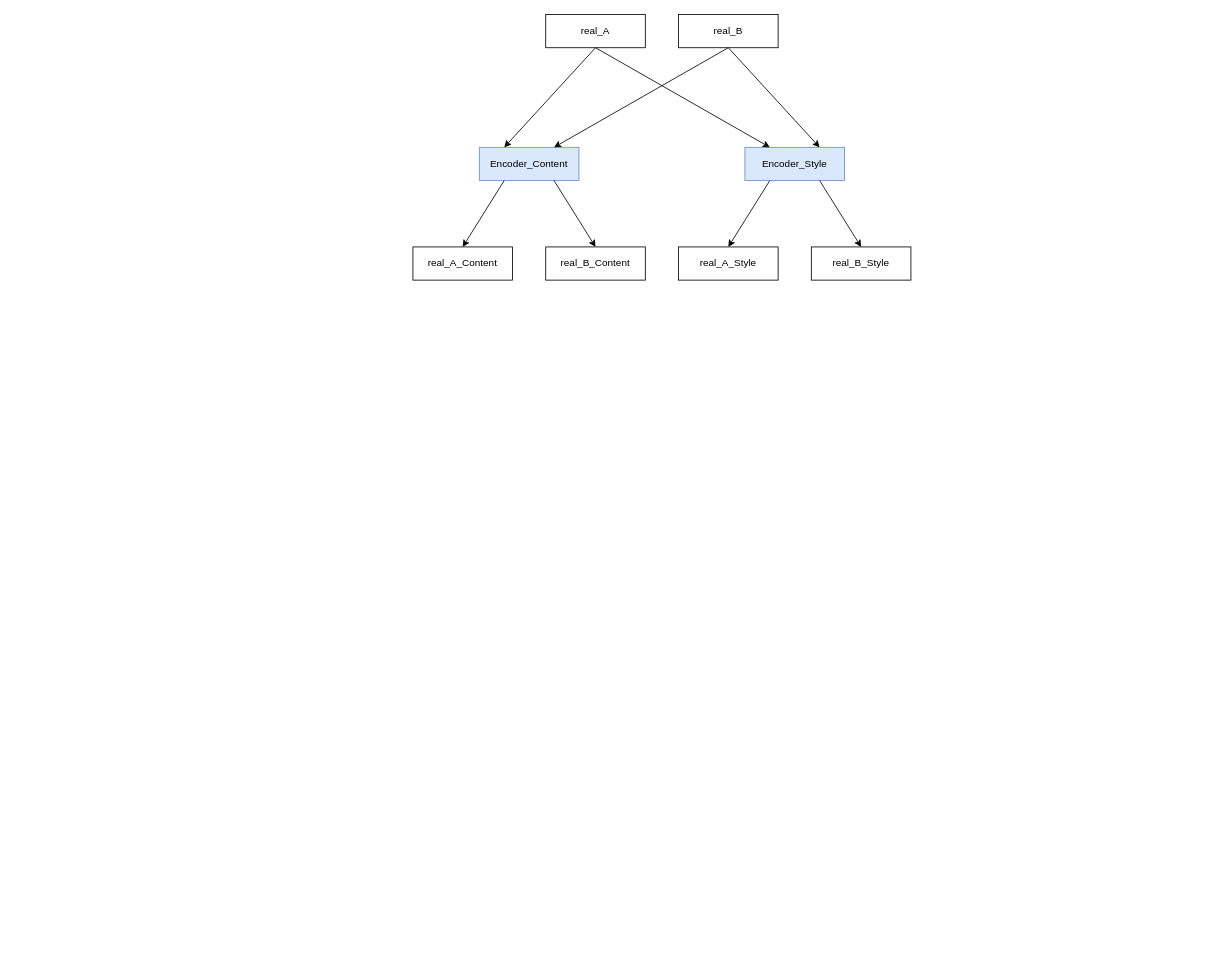
Before: DRIT.drawio in DestineG/drawio, a draw.io diagram. Source tidied: cells renumbered, new cells numbered last; positions are measured from the earlier drawing's top-left corner, leaving out a move shared by most shapes. Both pictures are drawn from the tidied source at 83%, with x=0, y=0 at pixel (413, 14).
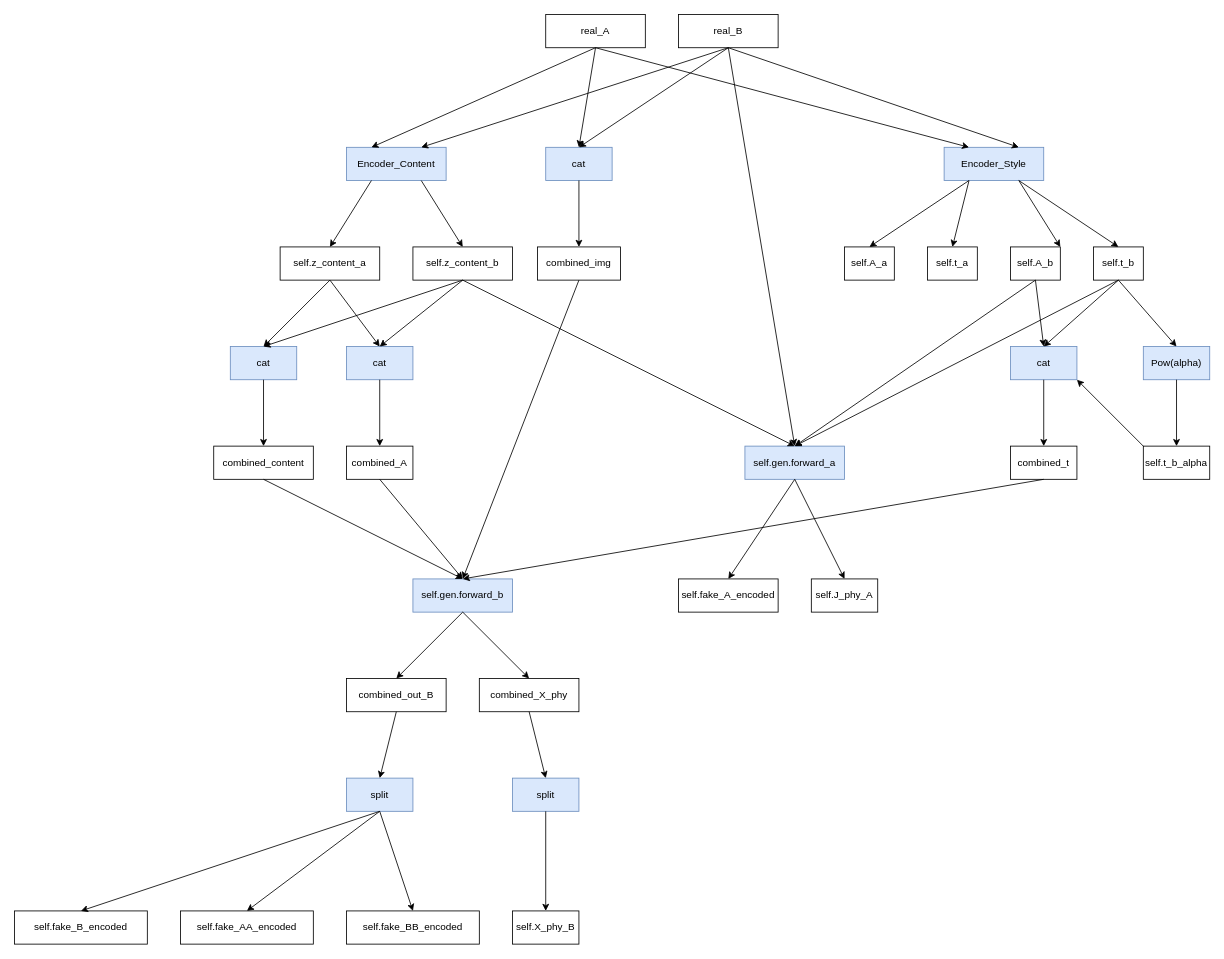
After the change.

The change refers to these unchanged cells:
```xml
<mxCell id="2" value="real_A" style="rounded=0;whiteSpace=wrap;html=1;" parent="1" vertex="1">
  <mxGeometry x="160" width="120" height="40" as="geometry" />
</mxCell>
<mxCell id="3" value="real_B" style="rounded=0;whiteSpace=wrap;html=1;" parent="1" vertex="1">
  <mxGeometry x="320" width="120" height="40" as="geometry" />
</mxCell>
```

The edit, as a diff of the source:
```diff
@@
     <mxCell id="4" value="Encoder_Content" style="rounded=0;whiteSpace=wrap;html=1;fillColor=#dae8fc;strokeColor=#6c8ebf;" parent="1" vertex="1">
-      <mxGeometry x="80" y="160" width="120" height="40" as="geometry" />
+      <mxGeometry x="-80" y="160" width="120" height="40" as="geometry" />
     </mxCell>
@@
-    <mxCell id="7" value="real_A_Content" style="rounded=0;whiteSpace=wrap;html=1;" parent="1" vertex="1">
-      <mxGeometry y="280" width="120" height="40" as="geometry" />
+    <mxCell id="7" value="self.z_content_a" style="rounded=0;whiteSpace=wrap;html=1;" parent="1" vertex="1">
+      <mxGeometry x="-160" y="280" width="120" height="40" as="geometry" />
     </mxCell>
-    <mxCell id="8" value="real_B_Content" style="rounded=0;whiteSpace=wrap;html=1;" parent="1" vertex="1">
-      <mxGeometry x="160" y="280" width="120" height="40" as="geometry" />
+    <mxCell id="8" value="self.z_content_b" style="rounded=0;whiteSpace=wrap;html=1;" parent="1" vertex="1">
+      <mxGeometry y="280" width="120" height="40" as="geometry" />
     </mxCell>
@@
     <mxCell id="11" value="Encoder_Style" style="rounded=0;whiteSpace=wrap;html=1;fillColor=#dae8fc;strokeColor=#6c8ebf;" parent="1" vertex="1">
-      <mxGeometry x="400" y="160" width="120" height="40" as="geometry" />
+      <mxGeometry x="640" y="160" width="120" height="40" as="geometry" />
     </mxCell>
-    <mxCell id="12" value="real_A_Style" style="rounded=0;whiteSpace=wrap;html=1;" parent="1" vertex="1">
-      <mxGeometry x="320" y="280" width="120" height="40" as="geometry" />
+    <mxCell id="12" value="self.A_a" style="rounded=0;whiteSpace=wrap;html=1;" parent="1" vertex="1">
+      <mxGeometry x="520" y="280" width="60" height="40" as="geometry" />
     </mxCell>
-    <mxCell id="13" value="real_B_Style" style="rounded=0;whiteSpace=wrap;html=1;" parent="1" vertex="1">
-      <mxGeometry x="480" y="280" width="120" height="40" as="geometry" />
-    </mxCell>
@@
-    <mxCell id="15" style="endArrow=classic;html=1;rounded=0;entryX=0.5;entryY=0;entryDx=0;entryDy=0;exitX=0.75;exitY=1;exitDx=0;exitDy=0;" parent="1" edge="1" source="11" target="13">
-      <mxGeometry relative="1" as="geometry" />
+    <mxCell id="15" style="endArrow=classic;html=1;rounded=0;entryX=0.5;entryY=0;entryDx=0;entryDy=0;exitX=0.75;exitY=1;exitDx=0;exitDy=0;" parent="1" edge="1" source="11">
+      <mxGeometry relative="1" as="geometry">
+        <mxPoint x="780" y="280" as="targetPoint" />
+      </mxGeometry>
     </mxCell>
@@
+    <mxCell id="18" value="self.t_a" style="rounded=0;whiteSpace=wrap;html=1;" parent="1" vertex="1">
+      <mxGeometry x="620" y="280" width="60" height="40" as="geometry" />
+    </mxCell>
+    <mxCell id="19" style="endArrow=classic;html=1;rounded=0;exitX=0.25;exitY=1;exitDx=0;exitDy=0;entryX=0.5;entryY=0;entryDx=0;entryDy=0;" parent="1" edge="1" source="11" target="18">
+      <mxGeometry relative="1" as="geometry" />
+    </mxCell>
+    <mxCell id="20" value="self.A_b" style="rounded=0;whiteSpace=wrap;html=1;" parent="1" vertex="1">
+      <mxGeometry x="720" y="280" width="60" height="40" as="geometry" />
+    </mxCell>
+    <mxCell id="21" value="self.t_b" style="rounded=0;whiteSpace=wrap;html=1;" parent="1" vertex="1">
+      <mxGeometry x="820" y="280" width="60" height="40" as="geometry" />
+    </mxCell>
+    <mxCell id="22" style="endArrow=classic;html=1;rounded=0;exitX=0.75;exitY=1;exitDx=0;exitDy=0;entryX=0.5;entryY=0;entryDx=0;entryDy=0;" parent="1" edge="1" source="11" target="21">
+      <mxGeometry relative="1" as="geometry" />
+    </mxCell>
+    <mxCell id="23" value="Pow(alpha)" style="rounded=0;whiteSpace=wrap;html=1;fillColor=#dae8fc;strokeColor=#6c8ebf;" parent="1" vertex="1">
+      <mxGeometry x="880" y="400" width="80" height="40" as="geometry" />
+    </mxCell>
+    <mxCell id="24" style="endArrow=classic;html=1;rounded=0;entryX=0.5;entryY=0;entryDx=0;entryDy=0;exitX=0.5;exitY=1;exitDx=0;exitDy=0;" parent="1" edge="1" source="21" target="23">
+      <mxGeometry relative="1" as="geometry" />
+    </mxCell>
+    <mxCell id="25" value="self.t_b_alpha" style="rounded=0;whiteSpace=wrap;html=1;" parent="1" vertex="1">
+      <mxGeometry x="880" y="520" width="80" height="40" as="geometry" />
+    </mxCell>
+    <mxCell id="26" style="endArrow=classic;html=1;rounded=0;exitX=0.5;exitY=1;exitDx=0;exitDy=0;entryX=0.5;entryY=0;entryDx=0;entryDy=0;" parent="1" edge="1" source="23" target="25">
+      <mxGeometry relative="1" as="geometry" />
+    </mxCell>
+    <mxCell id="27" value="cat" style="rounded=0;whiteSpace=wrap;html=1;fillColor=#dae8fc;strokeColor=#6c8ebf;" parent="1" vertex="1">
+      <mxGeometry x="-220" y="400" width="80" height="40" as="geometry" />
+    </mxCell>
+    <mxCell id="28" value="combined_content" style="rounded=0;whiteSpace=wrap;html=1;" parent="1" vertex="1">
+      <mxGeometry x="-240" y="520" width="120" height="40" as="geometry" />
+    </mxCell>
+    <mxCell id="29" style="endArrow=classic;html=1;rounded=0;exitX=0.5;exitY=1;exitDx=0;exitDy=0;entryX=0.5;entryY=0;entryDx=0;entryDy=0;" parent="1" edge="1" source="7" target="27">
+      <mxGeometry relative="1" as="geometry" />
+    </mxCell>
+    <mxCell id="30" style="endArrow=classic;html=1;rounded=0;exitX=0.5;exitY=1;exitDx=0;exitDy=0;entryX=0.5;entryY=0;entryDx=0;entryDy=0;" parent="1" edge="1" source="8" target="27">
+      <mxGeometry relative="1" as="geometry" />
+    </mxCell>
+    <mxCell id="31" style="endArrow=classic;html=1;rounded=0;exitX=0.5;exitY=1;exitDx=0;exitDy=0;entryX=0.5;entryY=0;entryDx=0;entryDy=0;" parent="1" edge="1" source="27" target="28">
+      <mxGeometry relative="1" as="geometry" />
+    </mxCell>
+    <mxCell id="32" value="cat" style="rounded=0;whiteSpace=wrap;html=1;fillColor=#dae8fc;strokeColor=#6c8ebf;" parent="1" vertex="1">
+      <mxGeometry x="-80" y="400" width="80" height="40" as="geometry" />
+    </mxCell>
+    <mxCell id="33" value="combined_A" style="rounded=0;whiteSpace=wrap;html=1;" parent="1" vertex="1">
+      <mxGeometry x="-80" y="520" width="80" height="40" as="geometry" />
+    </mxCell>
+    <mxCell id="34" style="endArrow=classic;html=1;rounded=0;exitX=0.5;exitY=1;exitDx=0;exitDy=0;entryX=0.5;entryY=0;entryDx=0;entryDy=0;" parent="1" edge="1" source="32" target="33">
+      <mxGeometry relative="1" as="geometry" />
+    </mxCell>
+    <mxCell id="35" style="endArrow=classic;html=1;rounded=0;exitX=0.5;exitY=1;exitDx=0;exitDy=0;entryX=0.5;entryY=0;entryDx=0;entryDy=0;" parent="1" edge="1" source="7" target="32">
+      <mxGeometry relative="1" as="geometry" />
+    </mxCell>
+    <mxCell id="36" style="endArrow=classic;html=1;rounded=0;exitX=0.5;exitY=1;exitDx=0;exitDy=0;entryX=0.5;entryY=0;entryDx=0;entryDy=0;" parent="1" edge="1" source="8" target="32">
+      <mxGeometry relative="1" as="geometry" />
+    </mxCell>
+    <mxCell id="37" value="cat" style="rounded=0;whiteSpace=wrap;html=1;fillColor=#dae8fc;strokeColor=#6c8ebf;" parent="1" vertex="1">
+      <mxGeometry x="720" y="400" width="80" height="40" as="geometry" />
+    </mxCell>
+    <mxCell id="38" value="combined_t" style="rounded=0;whiteSpace=wrap;html=1;" parent="1" vertex="1">
+      <mxGeometry x="720" y="520" width="80" height="40" as="geometry" />
+    </mxCell>
+    <mxCell id="39" style="endArrow=classic;html=1;rounded=0;exitX=0.5;exitY=1;exitDx=0;exitDy=0;entryX=0.5;entryY=0;entryDx=0;entryDy=0;" parent="1" edge="1" source="37" target="38">
+      <mxGeometry relative="1" as="geometry" />
+    </mxCell>
+    <mxCell id="40" style="endArrow=classic;html=1;rounded=0;entryX=0.5;entryY=0;entryDx=0;entryDy=0;exitX=0.5;exitY=1;exitDx=0;exitDy=0;" parent="1" edge="1" source="20" target="37">
+      <mxGeometry relative="1" as="geometry" />
+    </mxCell>
+    <mxCell id="41" style="endArrow=classic;html=1;rounded=0;entryX=0.5;entryY=0;entryDx=0;entryDy=0;exitX=0.5;exitY=1;exitDx=0;exitDy=0;" parent="1" edge="1" source="21" target="37">
+      <mxGeometry relative="1" as="geometry" />
+    </mxCell>
+    <mxCell id="42" style="endArrow=classic;html=1;rounded=0;entryX=1;entryY=1;entryDx=0;entryDy=0;exitX=0;exitY=0;exitDx=0;exitDy=0;" parent="1" edge="1" source="25" target="37">
+      <mxGeometry relative="1" as="geometry" />
+    </mxCell>
+    <mxCell id="43" value="cat" style="rounded=0;whiteSpace=wrap;html=1;fillColor=#dae8fc;strokeColor=#6c8ebf;" parent="1" vertex="1">
+      <mxGeometry x="160" y="160" width="80" height="40" as="geometry" />
+    </mxCell>
+    <mxCell id="44" style="endArrow=classic;html=1;rounded=0;entryX=0.5;entryY=0;entryDx=0;entryDy=0;exitX=0.5;exitY=1;exitDx=0;exitDy=0;" parent="1" edge="1" source="2" target="43">
+      <mxGeometry relative="1" as="geometry" />
+    </mxCell>
+    <mxCell id="45" style="endArrow=classic;html=1;rounded=0;entryX=0.5;entryY=0;entryDx=0;entryDy=0;exitX=0.5;exitY=1;exitDx=0;exitDy=0;" parent="1" edge="1" source="3" target="43">
+      <mxGeometry relative="1" as="geometry" />
+    </mxCell>
+    <mxCell id="46" value="combined_img" style="rounded=0;whiteSpace=wrap;html=1;" parent="1" vertex="1">
+      <mxGeometry x="150" y="280" width="100" height="40" as="geometry" />
+    </mxCell>
+    <mxCell id="47" style="endArrow=classic;html=1;rounded=0;entryX=0.5;entryY=0;entryDx=0;entryDy=0;exitX=0.5;exitY=1;exitDx=0;exitDy=0;" parent="1" edge="1" source="43" target="46">
+      <mxGeometry relative="1" as="geometry" />
+    </mxCell>
+    <mxCell id="48" value="self.gen.forward_b" style="rounded=0;whiteSpace=wrap;html=1;fillColor=#dae8fc;strokeColor=#6c8ebf;" parent="1" vertex="1">
+      <mxGeometry y="680" width="120" height="40" as="geometry" />
+    </mxCell>
+    <mxCell id="49" style="endArrow=classic;html=1;rounded=0;exitX=0.5;exitY=1;exitDx=0;exitDy=0;entryX=0.5;entryY=0;entryDx=0;entryDy=0;" parent="1" edge="1" source="28" target="48">
+      <mxGeometry relative="1" as="geometry" />
+    </mxCell>
+    <mxCell id="50" style="endArrow=classic;html=1;rounded=0;exitX=0.5;exitY=1;exitDx=0;exitDy=0;entryX=0.5;entryY=0;entryDx=0;entryDy=0;" parent="1" edge="1" source="33" target="48">
+      <mxGeometry relative="1" as="geometry" />
+    </mxCell>
+    <mxCell id="51" style="endArrow=classic;html=1;rounded=0;exitX=0.5;exitY=1;exitDx=0;exitDy=0;entryX=0.5;entryY=0;entryDx=0;entryDy=0;" parent="1" edge="1" source="46" target="48">
+      <mxGeometry relative="1" as="geometry" />
+    </mxCell>
+    <mxCell id="52" style="endArrow=classic;html=1;rounded=0;exitX=0.5;exitY=1;exitDx=0;exitDy=0;entryX=0.5;entryY=0;entryDx=0;entryDy=0;" parent="1" edge="1" source="38" target="48">
+      <mxGeometry relative="1" as="geometry" />
+    </mxCell>
+    <mxCell id="53" value="combined_out_B" style="rounded=0;whiteSpace=wrap;html=1;" parent="1" vertex="1">
+      <mxGeometry x="-80" y="800" width="120" height="40" as="geometry" />
+    </mxCell>
+    <mxCell id="54" value="combined_X_phy" style="rounded=0;whiteSpace=wrap;html=1;" parent="1" vertex="1">
+      <mxGeometry x="80" y="800" width="120" height="40" as="geometry" />
+    </mxCell>
+    <mxCell id="55" style="endArrow=classic;html=1;rounded=0;exitX=0.5;exitY=1;exitDx=0;exitDy=0;entryX=0.5;entryY=0;entryDx=0;entryDy=0;" parent="1" edge="1" source="48" target="53">
+      <mxGeometry relative="1" as="geometry" />
+    </mxCell>
+    <mxCell id="56" style="endArrow=classic;html=1;rounded=0;exitX=0.5;exitY=1;exitDx=0;exitDy=0;entryX=0.5;entryY=0;entryDx=0;entryDy=0;" parent="1" edge="1" source="48" target="54">
+      <mxGeometry relative="1" as="geometry" />
+    </mxCell>
+    <mxCell id="57" value="split" style="rounded=0;whiteSpace=wrap;html=1;fillColor=#dae8fc;strokeColor=#6c8ebf;" parent="1" vertex="1">
+      <mxGeometry x="-80" y="920" width="80" height="40" as="geometry" />
+    </mxCell>
+    <mxCell id="58" style="endArrow=classic;html=1;rounded=0;exitX=0.5;exitY=1;exitDx=0;exitDy=0;entryX=0.5;entryY=0;entryDx=0;entryDy=0;" parent="1" edge="1" source="53" target="57">
+      <mxGeometry relative="1" as="geometry" />
+    </mxCell>
+    <mxCell id="59" value="self.fake_AA_encoded" style="rounded=0;whiteSpace=wrap;html=1;" parent="1" vertex="1">
+      <mxGeometry x="-280" y="1080" width="160" height="40" as="geometry" />
+    </mxCell>
+    <mxCell id="60" value="self.fake_BB_encoded" style="rounded=0;whiteSpace=wrap;html=1;" parent="1" vertex="1">
+      <mxGeometry x="-80" y="1080" width="160" height="40" as="geometry" />
+    </mxCell>
+    <mxCell id="61" value="self.fake_B_encoded" style="rounded=0;whiteSpace=wrap;html=1;" parent="1" vertex="1">
+      <mxGeometry x="-480" y="1080" width="160" height="40" as="geometry" />
+    </mxCell>
+    <mxCell id="62" style="endArrow=classic;html=1;rounded=0;exitX=0.5;exitY=1;exitDx=0;exitDy=0;entryX=0.5;entryY=0;entryDx=0;entryDy=0;" parent="1" edge="1" source="57" target="61">
+      <mxGeometry relative="1" as="geometry" />
+    </mxCell>
+    <mxCell id="63" style="endArrow=classic;html=1;rounded=0;exitX=0.5;exitY=1;exitDx=0;exitDy=0;entryX=0.5;entryY=0;entryDx=0;entryDy=0;" parent="1" edge="1" source="57" target="59">
+      <mxGeometry relative="1" as="geometry" />
+    </mxCell>
+    <mxCell id="64" style="endArrow=classic;html=1;rounded=0;exitX=0.5;exitY=1;exitDx=0;exitDy=0;entryX=0.5;entryY=0;entryDx=0;entryDy=0;" parent="1" edge="1" source="57" target="60">
+      <mxGeometry relative="1" as="geometry" />
+    </mxCell>
+    <mxCell id="65" value="split" style="rounded=0;whiteSpace=wrap;html=1;fillColor=#dae8fc;strokeColor=#6c8ebf;" parent="1" vertex="1">
+      <mxGeometry x="120" y="920" width="80" height="40" as="geometry" />
+    </mxCell>
+    <mxCell id="66" style="endArrow=classic;html=1;rounded=0;exitX=0.5;exitY=1;exitDx=0;exitDy=0;entryX=0.5;entryY=0;entryDx=0;entryDy=0;" parent="1" edge="1" source="54" target="65">
+      <mxGeometry relative="1" as="geometry" />
+    </mxCell>
+    <mxCell id="67" value="self.X_phy_B" style="rounded=0;whiteSpace=wrap;html=1;" parent="1" vertex="1">
+      <mxGeometry x="120" y="1080" width="80" height="40" as="geometry" />
+    </mxCell>
+    <mxCell id="68" style="endArrow=classic;html=1;rounded=0;exitX=0.5;exitY=1;exitDx=0;exitDy=0;entryX=0.5;entryY=0;entryDx=0;entryDy=0;" parent="1" edge="1" source="65" target="67">
+      <mxGeometry relative="1" as="geometry" />
+    </mxCell>
+    <mxCell id="69" value="self.gen.forward_a" style="rounded=0;whiteSpace=wrap;html=1;fillColor=#dae8fc;strokeColor=#6c8ebf;" parent="1" vertex="1">
+      <mxGeometry x="400" y="520" width="120" height="40" as="geometry" />
+    </mxCell>
+    <mxCell id="70" style="endArrow=classic;html=1;rounded=0;exitX=0.5;exitY=1;exitDx=0;exitDy=0;entryX=0.5;entryY=0;entryDx=0;entryDy=0;" parent="1" edge="1" source="8" target="69">
+      <mxGeometry relative="1" as="geometry" />
+    </mxCell>
+    <mxCell id="71" style="endArrow=classic;html=1;rounded=0;exitX=0.5;exitY=1;exitDx=0;exitDy=0;entryX=0.5;entryY=0;entryDx=0;entryDy=0;" parent="1" edge="1" source="3" target="69">
+      <mxGeometry relative="1" as="geometry" />
+    </mxCell>
+    <mxCell id="72" style="endArrow=classic;html=1;rounded=0;exitX=0.5;exitY=1;exitDx=0;exitDy=0;entryX=0.5;entryY=0;entryDx=0;entryDy=0;" parent="1" edge="1" source="20" target="69">
+      <mxGeometry relative="1" as="geometry" />
+    </mxCell>
+    <mxCell id="73" style="endArrow=classic;html=1;rounded=0;exitX=0.5;exitY=1;exitDx=0;exitDy=0;entryX=0.5;entryY=0;entryDx=0;entryDy=0;" parent="1" edge="1" source="21" target="69">
+      <mxGeometry relative="1" as="geometry" />
+    </mxCell>
+    <mxCell id="74" value="self.fake_A_encoded" style="rounded=0;whiteSpace=wrap;html=1;" parent="1" vertex="1">
+      <mxGeometry x="320" y="680" width="120" height="40" as="geometry" />
+    </mxCell>
+    <mxCell id="75" value="self.J_phy_A" style="rounded=0;whiteSpace=wrap;html=1;" parent="1" vertex="1">
+      <mxGeometry x="480" y="680" width="80" height="40" as="geometry" />
+    </mxCell>
+    <mxCell id="76" style="endArrow=classic;html=1;rounded=0;exitX=0.5;exitY=1;exitDx=0;exitDy=0;entryX=0.5;entryY=0;entryDx=0;entryDy=0;" parent="1" edge="1" source="69" target="74">
+      <mxGeometry relative="1" as="geometry" />
+    </mxCell>
+    <mxCell id="77" style="endArrow=classic;html=1;rounded=0;exitX=0.5;exitY=1;exitDx=0;exitDy=0;entryX=0.5;entryY=0;entryDx=0;entryDy=0;" parent="1" edge="1" source="69" target="75">
+      <mxGeometry relative="1" as="geometry" />
+    </mxCell>
```
